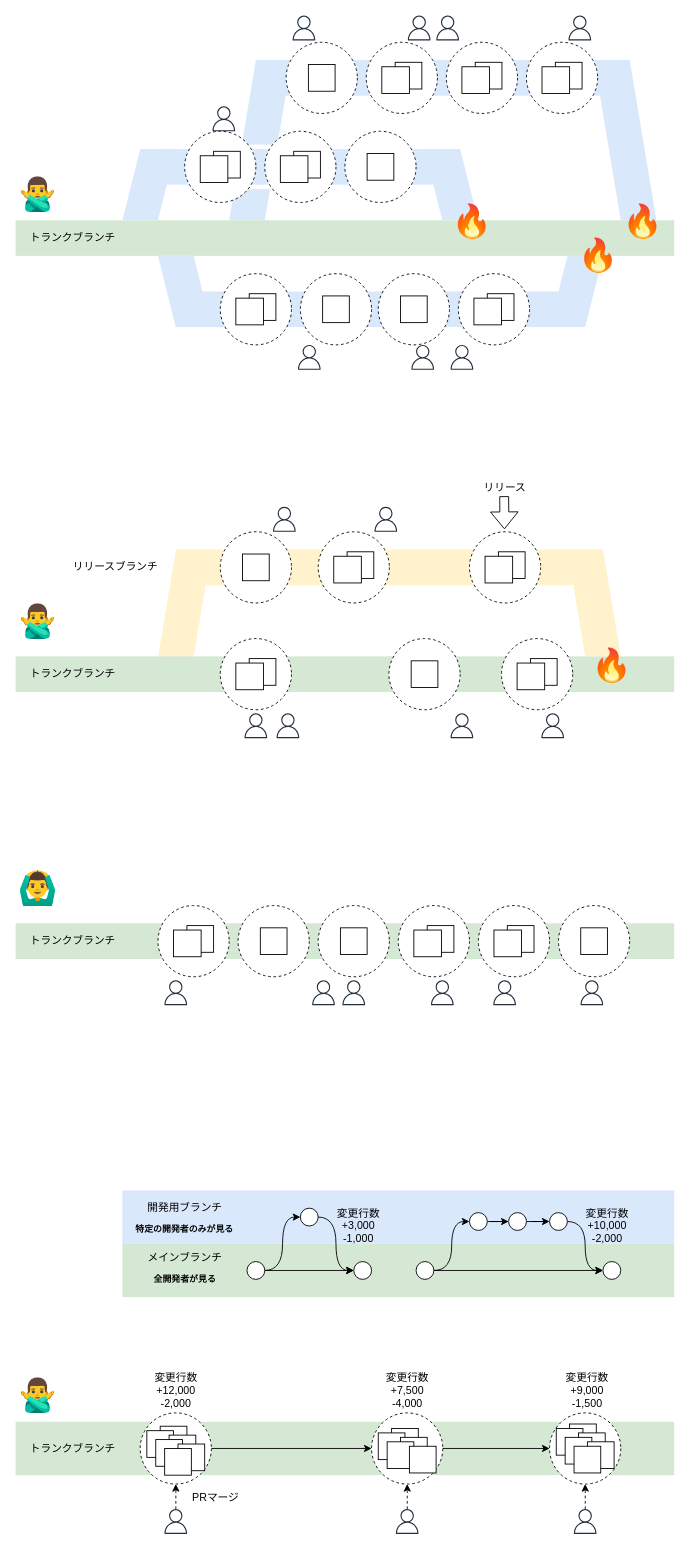
The draw.io diagram images/mobile-trunk-based-release-strategy/merge-or-not-to-trunk-branch.drawio in shotaIDE/zenn, before the edit. Source tidied: cells renumbered, new cells numbered last; positions are measured from the earlier drawing's top-left corner, leaving out a move shared by most shapes. Both pictures are drawn from the tidied source at 89%, with x=0, y=0 at pixel (15, 15).
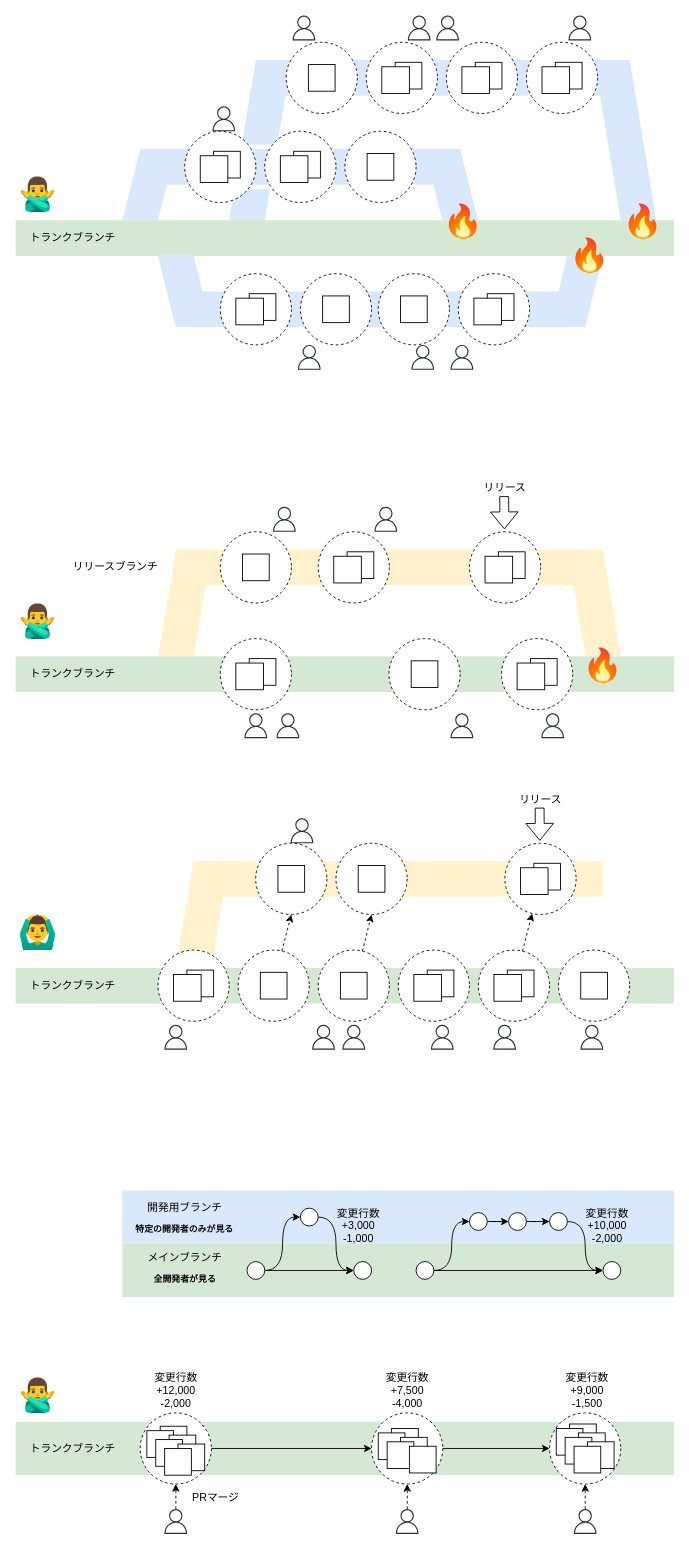
Above is the later version.

The change refers to these unchanged cells:
```xml
<mxCell id="149" style="ellipse;whiteSpace=wrap;html=1;dashed=1;" parent="148" vertex="1">
  <mxGeometry width="80" height="80" as="geometry" />
</mxCell>
<mxCell id="152" style="ellipse;whiteSpace=wrap;html=1;dashed=1;" parent="151" vertex="1">
  <mxGeometry width="80" height="80" as="geometry" />
</mxCell>
<mxCell id="160" style="ellipse;whiteSpace=wrap;html=1;dashed=1;" parent="159" vertex="1">
  <mxGeometry width="80" height="80" as="geometry" />
</mxCell>
```

The edit, as a diff of the source:
```diff
@@
+    <mxCell id="209" style="shape=parallelogram;perimeter=parallelogramPerimeter;whiteSpace=wrap;html=1;fixedSize=1;fillColor=#fff2cc;strokeColor=none;size=20;flipH=0;" parent="1" vertex="1">
+      <mxGeometry x="180" y="950" width="60" height="120" as="geometry" />
+    </mxCell>
@@
     <mxCell id="67" style="rounded=0;whiteSpace=wrap;html=1;fillColor=#d5e8d4;strokeColor=none;" parent="1" vertex="1">
-      <mxGeometry y="1020" width="740" height="40" as="geometry" />
+      <mxGeometry y="1070" width="740" height="40" as="geometry" />
     </mxCell>
     <mxCell id="68" value="&lt;font style=&quot;font-size: 36px;&quot;&gt;🙆‍♂️&lt;/font&gt;" style="text;html=1;strokeColor=none;fillColor=none;align=center;verticalAlign=middle;whiteSpace=wrap;rounded=0;" parent="1" vertex="1">
-      <mxGeometry y="950" width="50" height="60" as="geometry" />
+      <mxGeometry y="1000" width="50" height="60" as="geometry" />
     </mxCell>
     <mxCell id="69" style="sketch=0;fontColor=#232F3E;gradientColor=none;fillColor=#232F3D;strokeColor=none;dashed=0;verticalLabelPosition=bottom;verticalAlign=top;align=center;html=1;fontSize=12;fontStyle=0;shape=mxgraph.aws4.user;" parent="1" vertex="1">
-      <mxGeometry x="166" y="1084" width="28" height="28" as="geometry" />
+      <mxGeometry x="166" y="1134" width="28" height="28" as="geometry" />
     </mxCell>
     <mxCell id="70" style="sketch=0;fontColor=#232F3E;gradientColor=none;fillColor=#232F3D;strokeColor=none;dashed=0;verticalLabelPosition=bottom;verticalAlign=top;align=center;html=1;fontSize=12;fontStyle=0;shape=mxgraph.aws4.user;" parent="1" vertex="1">
-      <mxGeometry x="366" y="1084" width="28" height="28" as="geometry" />
+      <mxGeometry x="366" y="1134" width="28" height="28" as="geometry" />
     </mxCell>
     <mxCell id="71" value="トランクブランチ" style="text;html=1;strokeColor=none;fillColor=none;align=center;verticalAlign=middle;whiteSpace=wrap;rounded=0;" parent="1" vertex="1">
-      <mxGeometry x="9" y="1028.8" width="111" height="22.5" as="geometry" />
+      <mxGeometry x="9" y="1078.8" width="111" height="22.5" as="geometry" />
     </mxCell>
     <mxCell id="72" style="sketch=0;fontColor=#232F3E;gradientColor=none;fillColor=#232F3D;strokeColor=none;dashed=0;verticalLabelPosition=bottom;verticalAlign=top;align=center;html=1;fontSize=12;fontStyle=0;shape=mxgraph.aws4.user;" parent="1" vertex="1">
-      <mxGeometry x="633.5" y="1084" width="28" height="28" as="geometry" />
+      <mxGeometry x="633.5" y="1134" width="28" height="28" as="geometry" />
     </mxCell>
     <mxCell id="73" style="sketch=0;fontColor=#232F3E;gradientColor=none;fillColor=#232F3D;strokeColor=none;dashed=0;verticalLabelPosition=bottom;verticalAlign=top;align=center;html=1;fontSize=12;fontStyle=0;shape=mxgraph.aws4.user;" parent="1" vertex="1">
-      <mxGeometry x="332" y="1084" width="28" height="28" as="geometry" />
+      <mxGeometry x="332" y="1134" width="28" height="28" as="geometry" />
     </mxCell>
     <mxCell id="74" style="sketch=0;fontColor=#232F3E;gradientColor=none;fillColor=#232F3D;strokeColor=none;dashed=0;verticalLabelPosition=bottom;verticalAlign=top;align=center;html=1;fontSize=12;fontStyle=0;shape=mxgraph.aws4.user;" parent="1" vertex="1">
-      <mxGeometry x="465.5" y="1084" width="28" height="28" as="geometry" />
+      <mxGeometry x="465.5" y="1134" width="28" height="28" as="geometry" />
     </mxCell>
     <mxCell id="75" style="sketch=0;fontColor=#232F3E;gradientColor=none;fillColor=#232F3D;strokeColor=none;dashed=0;verticalLabelPosition=bottom;verticalAlign=top;align=center;html=1;fontSize=12;fontStyle=0;shape=mxgraph.aws4.user;" parent="1" vertex="1">
-      <mxGeometry x="535.5" y="1084" width="28" height="28" as="geometry" />
+      <mxGeometry x="535.5" y="1134" width="28" height="28" as="geometry" />
     </mxCell>
@@
     <mxCell id="143" style="group;" parent="1" vertex="1">
-      <mxGeometry x="140" y="1000" width="80" height="80" as="geometry" />
+      <mxGeometry x="140" y="1050" width="80" height="80" as="geometry" />
     </mxCell>
@@
     <mxCell id="148" style="group;" parent="1" vertex="1">
-      <mxGeometry x="250" y="1000" width="80" height="80" as="geometry" />
+      <mxGeometry x="250" y="1050" width="80" height="80" as="geometry" />
     </mxCell>
@@
     <mxCell id="151" style="group;" parent="1" vertex="1">
-      <mxGeometry x="340" y="1000" width="80" height="80" as="geometry" />
+      <mxGeometry x="340" y="1050" width="80" height="80" as="geometry" />
     </mxCell>
@@
     <mxCell id="154" style="group;" parent="1" vertex="1">
-      <mxGeometry x="430" y="1000" width="80" height="80" as="geometry" />
+      <mxGeometry x="430" y="1050" width="80" height="80" as="geometry" />
     </mxCell>
@@
     <mxCell id="159" style="group;" parent="1" vertex="1">
-      <mxGeometry x="520" y="1000" width="80" height="80" as="geometry" />
+      <mxGeometry x="520" y="1050" width="80" height="80" as="geometry" />
     </mxCell>
@@
     <mxCell id="164" style="group;" parent="1" vertex="1">
-      <mxGeometry x="610" y="1000" width="80" height="80" as="geometry" />
+      <mxGeometry x="610" y="1050" width="80" height="80" as="geometry" />
     </mxCell>
@@
     <mxCell id="167" value="&lt;font style=&quot;font-size: 36px;&quot;&gt;🔥&lt;/font&gt;" style="text;html=1;strokeColor=none;fillColor=none;align=center;verticalAlign=middle;whiteSpace=wrap;rounded=0;" parent="1" vertex="1">
-      <mxGeometry x="487.5" y="201.2" width="50" height="60" as="geometry" />
+      <mxGeometry x="477.5" y="201.2" width="50" height="60" as="geometry" />
     </mxCell>
     <mxCell id="168" value="&lt;font style=&quot;font-size: 36px;&quot;&gt;🔥&lt;/font&gt;" style="text;html=1;strokeColor=none;fillColor=none;align=center;verticalAlign=middle;whiteSpace=wrap;rounded=0;" parent="1" vertex="1">
-      <mxGeometry x="630" y="238.8" width="50" height="60" as="geometry" />
+      <mxGeometry x="620" y="238.8" width="50" height="60" as="geometry" />
     </mxCell>
@@
     <mxCell id="206" value="&lt;font style=&quot;font-size: 36px;&quot;&gt;🔥&lt;/font&gt;" style="text;html=1;strokeColor=none;fillColor=none;align=center;verticalAlign=middle;whiteSpace=wrap;rounded=0;" parent="1" vertex="1">
-      <mxGeometry x="645" y="700" width="50" height="60" as="geometry" />
+      <mxGeometry x="635" y="700" width="50" height="60" as="geometry" />
     </mxCell>
@@
+    <mxCell id="210" style="rounded=0;whiteSpace=wrap;html=1;fillColor=#fff2cc;strokeColor=none;" parent="1" vertex="1">
+      <mxGeometry x="220" y="950" width="439.8" height="40" as="geometry" />
+    </mxCell>
+    <mxCell id="211" style="sketch=0;fontColor=#232F3E;gradientColor=none;fillColor=#232F3D;strokeColor=none;dashed=0;verticalLabelPosition=bottom;verticalAlign=top;align=center;html=1;fontSize=12;fontStyle=0;shape=mxgraph.aws4.user;" parent="1" vertex="1">
+      <mxGeometry x="307.8" y="902" width="28" height="28" as="geometry" />
+    </mxCell>
+    <mxCell id="212" style="group;" parent="1" vertex="1">
+      <mxGeometry x="269.8" y="930" width="80" height="80" as="geometry" />
+    </mxCell>
+    <mxCell id="213" style="ellipse;whiteSpace=wrap;html=1;dashed=1;" parent="212" vertex="1">
+      <mxGeometry width="80" height="80" as="geometry" />
+    </mxCell>
+    <mxCell id="214" style="rounded=0;whiteSpace=wrap;html=1;" parent="212" vertex="1">
+      <mxGeometry x="25" y="25" width="30" height="30" as="geometry" />
+    </mxCell>
+    <mxCell id="215" style="group;" parent="1" vertex="1">
+      <mxGeometry x="549.8" y="930" width="80" height="80" as="geometry" />
+    </mxCell>
+    <mxCell id="216" style="ellipse;whiteSpace=wrap;html=1;dashed=1;" parent="215" vertex="1">
+      <mxGeometry width="80" height="80" as="geometry" />
+    </mxCell>
+    <mxCell id="217" style="group;" parent="215" vertex="1">
+      <mxGeometry x="17.5" y="22.5" width="45" height="35" as="geometry" />
+    </mxCell>
+    <mxCell id="218" style="rounded=0;whiteSpace=wrap;html=1;" parent="217" vertex="1">
+      <mxGeometry x="15" width="30" height="30" as="geometry" />
+    </mxCell>
+    <mxCell id="219" style="rounded=0;whiteSpace=wrap;html=1;" parent="217" vertex="1">
+      <mxGeometry y="5" width="31" height="30" as="geometry" />
+    </mxCell>
+    <mxCell id="220" value="リリース" style="text;html=1;strokeColor=none;fillColor=none;align=center;verticalAlign=middle;whiteSpace=wrap;rounded=0;" parent="1" vertex="1">
+      <mxGeometry x="557.5" y="870" width="63.5" height="22.5" as="geometry" />
+    </mxCell>
+    <mxCell id="221" style="shape=flexArrow;endArrow=classic;html=1;rounded=0;" parent="1" edge="1">
+      <mxGeometry relative="1" as="geometry">
+        <mxPoint x="588.8" y="890" as="sourcePoint" />
+        <mxPoint x="589.1" y="927.2" as="targetPoint" />
+      </mxGeometry>
+    </mxCell>
+    <mxCell id="222" style="group;" parent="1" vertex="1">
+      <mxGeometry x="360" y="930" width="80" height="80" as="geometry" />
+    </mxCell>
+    <mxCell id="223" style="ellipse;whiteSpace=wrap;html=1;dashed=1;" parent="222" vertex="1">
+      <mxGeometry width="80" height="80" as="geometry" />
+    </mxCell>
+    <mxCell id="224" style="rounded=0;whiteSpace=wrap;html=1;" parent="222" vertex="1">
+      <mxGeometry x="25" y="25" width="30" height="30" as="geometry" />
+    </mxCell>
+    <mxCell id="225" style="rounded=0;jettySize=auto;html=1;entryX=0.5;entryY=1;entryDx=0;entryDy=0;dashed=1;" parent="1" edge="1" source="149" target="213">
+      <mxGeometry relative="1" as="geometry" />
+    </mxCell>
+    <mxCell id="226" style="rounded=0;jettySize=auto;html=1;entryX=0.5;entryY=1;entryDx=0;entryDy=0;dashed=1;" parent="1" edge="1" source="152" target="223">
+      <mxGeometry relative="1" as="geometry" />
+    </mxCell>
+    <mxCell id="227" style="rounded=0;jettySize=auto;html=1;dashed=1;" parent="1" edge="1" source="160" target="216">
+      <mxGeometry relative="1" as="geometry" />
+    </mxCell>
```
